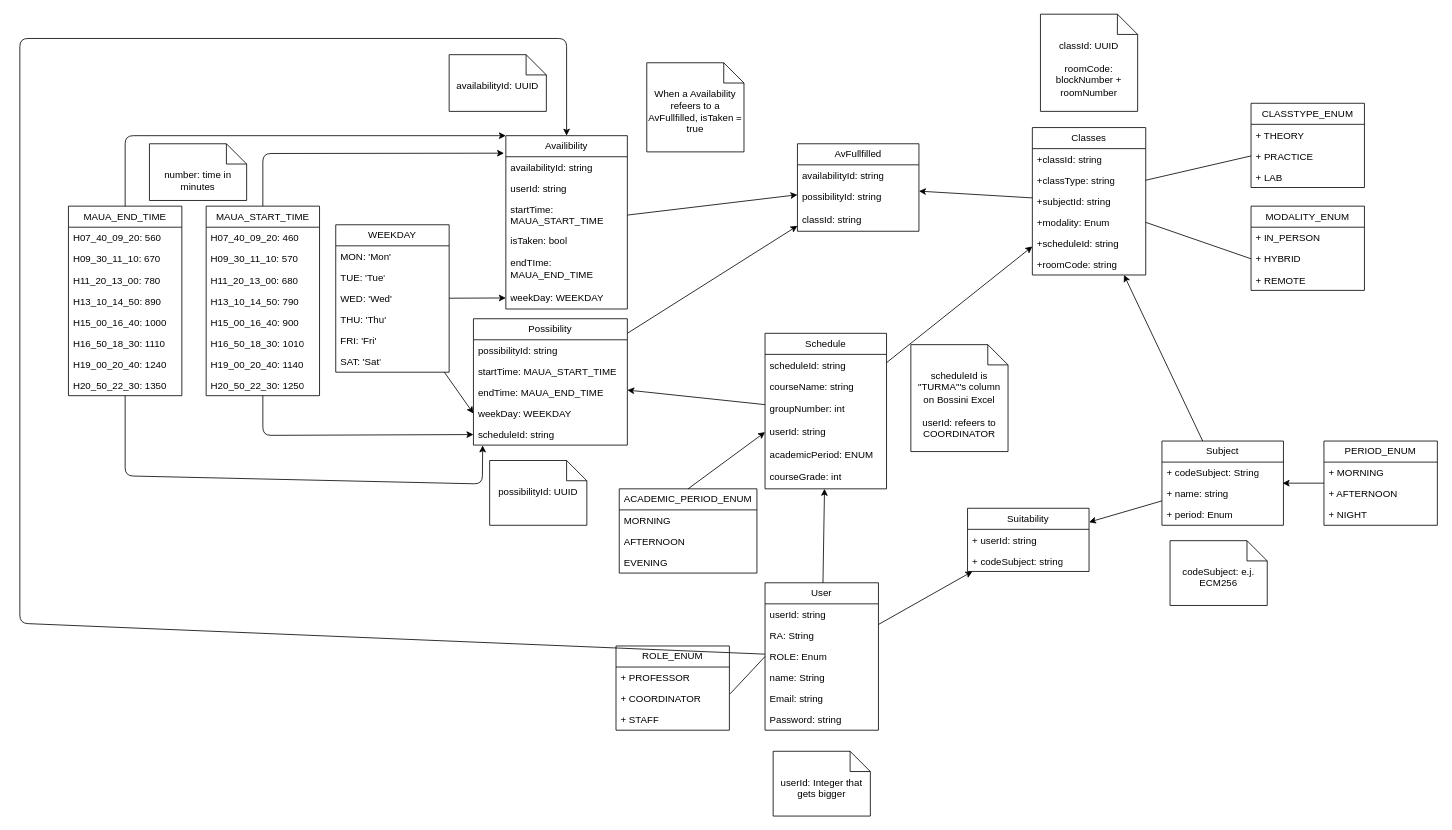
20242-Maua-ECM-Fontys/back keeps this draw.io diagram as MauaFontysClasses.drawio. Above is the earlier version. Source tidied: cells renumbered, new cells numbered last; positions are measured from the earlier drawing's top-left corner, leaving out a move shared by most shapes. Both pictures are drawn from the tidied source at 81%, with x=0, y=0 at pixel (19, 14).
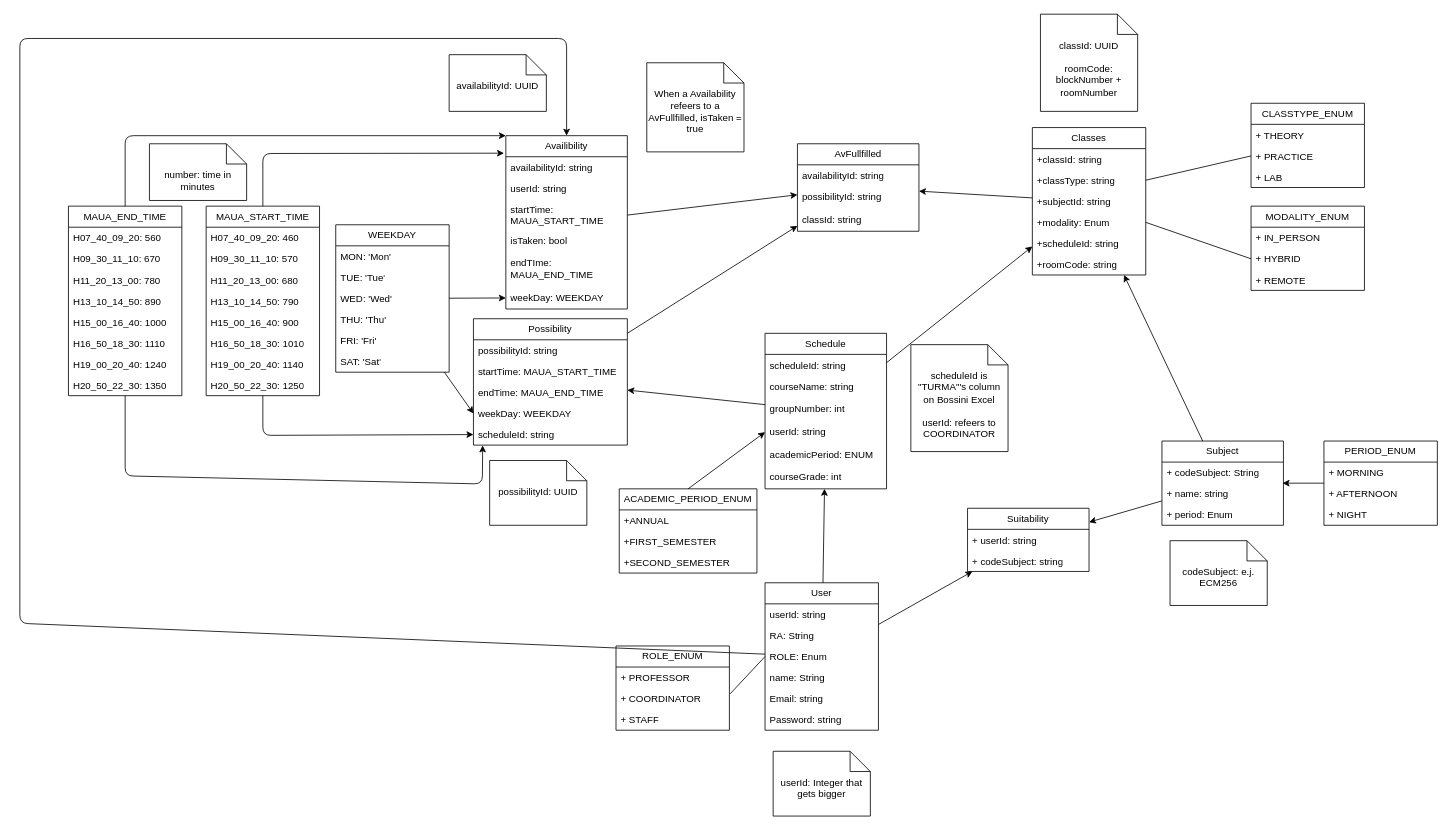
Above is the later version.

Commit message:
docs: fix academic_period enum on diagram

Unchanged cells that the change refers to:
```xml
<mxCell id="117" value="ACADEMIC_PERIOD_ENUM" style="swimlane;fontStyle=0;horizontal=1;startSize=26;fillColor=none;whiteSpace=wrap;html=1;" parent="1" vertex="1">
  <mxGeometry x="740" y="586" width="170" height="104" as="geometry" />
</mxCell>
```

Change to the diagram source:
```diff
@@
-    <mxCell id="118" value="MORNING" style="text;strokeColor=none;fillColor=none;align=left;verticalAlign=top;spacingLeft=4;spacingRight=4;overflow=hidden;whiteSpace=wrap;html=1;" parent="117" vertex="1">
+    <mxCell id="118" value="+ANNUAL" style="text;strokeColor=none;fillColor=none;align=left;verticalAlign=top;spacingLeft=4;spacingRight=4;overflow=hidden;whiteSpace=wrap;html=1;" parent="117" vertex="1">
       <mxGeometry y="26" width="170" height="26" as="geometry" />
     </mxCell>
-    <mxCell id="119" value="AFTERNOON" style="text;strokeColor=none;fillColor=none;align=left;verticalAlign=top;spacingLeft=4;spacingRight=4;overflow=hidden;whiteSpace=wrap;html=1;" parent="117" vertex="1">
+    <mxCell id="119" value="+FIRST_SEMESTER" style="text;strokeColor=none;fillColor=none;align=left;verticalAlign=top;spacingLeft=4;spacingRight=4;overflow=hidden;whiteSpace=wrap;html=1;" parent="117" vertex="1">
       <mxGeometry y="52" width="170" height="26" as="geometry" />
     </mxCell>
-    <mxCell id="120" value="EVENING" style="text;strokeColor=none;fillColor=none;align=left;verticalAlign=top;spacingLeft=4;spacingRight=4;overflow=hidden;whiteSpace=wrap;html=1;" parent="117" vertex="1">
+    <mxCell id="120" value="+SECOND_SEMESTER" style="text;strokeColor=none;fillColor=none;align=left;verticalAlign=top;spacingLeft=4;spacingRight=4;overflow=hidden;whiteSpace=wrap;html=1;" parent="117" vertex="1">
       <mxGeometry y="78" width="170" height="26" as="geometry" />
     </mxCell>
```
